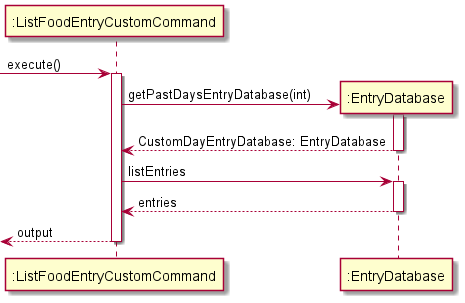
Earlier version of the PlantUML export docs/diagrams-DG/ListFoodEntryCustom.png (praj-bellakka/tp). Its diagram source:
```plantuml
@startuml

-> ":ListFoodEntryCustomCommand": execute()
activate ":ListFoodEntryCustomCommand"

    create ":EntryDatabase"
    ":ListFoodEntryCustomCommand" -> ":EntryDatabase" : getPastDaysEntryDatabase(int)
    activate ":EntryDatabase"
    return CustomDayEntryDatabase: EntryDatabase
    ":ListFoodEntryCustomCommand" -> ":EntryDatabase" : listEntries
    activate ":EntryDatabase"
    return entries

return output

@enduml
```
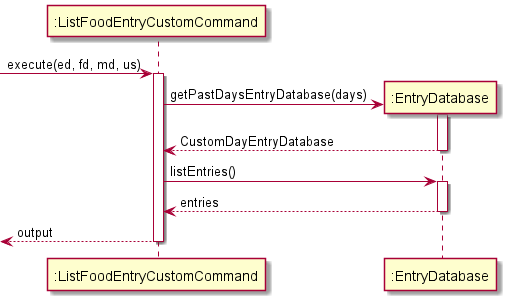
After the commit.

Change to the diagram source:
```diff
@@ -1,13 +1,13 @@
 @startuml
 
--> ":ListFoodEntryCustomCommand": execute()
+-> ":ListFoodEntryCustomCommand": execute(ed, fd, md, us)
 activate ":ListFoodEntryCustomCommand"
 
     create ":EntryDatabase"
-    ":ListFoodEntryCustomCommand" -> ":EntryDatabase" : getPastDaysEntryDatabase(int)
+    ":ListFoodEntryCustomCommand" -> ":EntryDatabase" : getPastDaysEntryDatabase(days)
     activate ":EntryDatabase"
-    return CustomDayEntryDatabase: EntryDatabase
-    ":ListFoodEntryCustomCommand" -> ":EntryDatabase" : listEntries
+    return CustomDayEntryDatabase
+    ":ListFoodEntryCustomCommand" -> ":EntryDatabase" : listEntries()
     activate ":EntryDatabase"
     return entries
 
```
